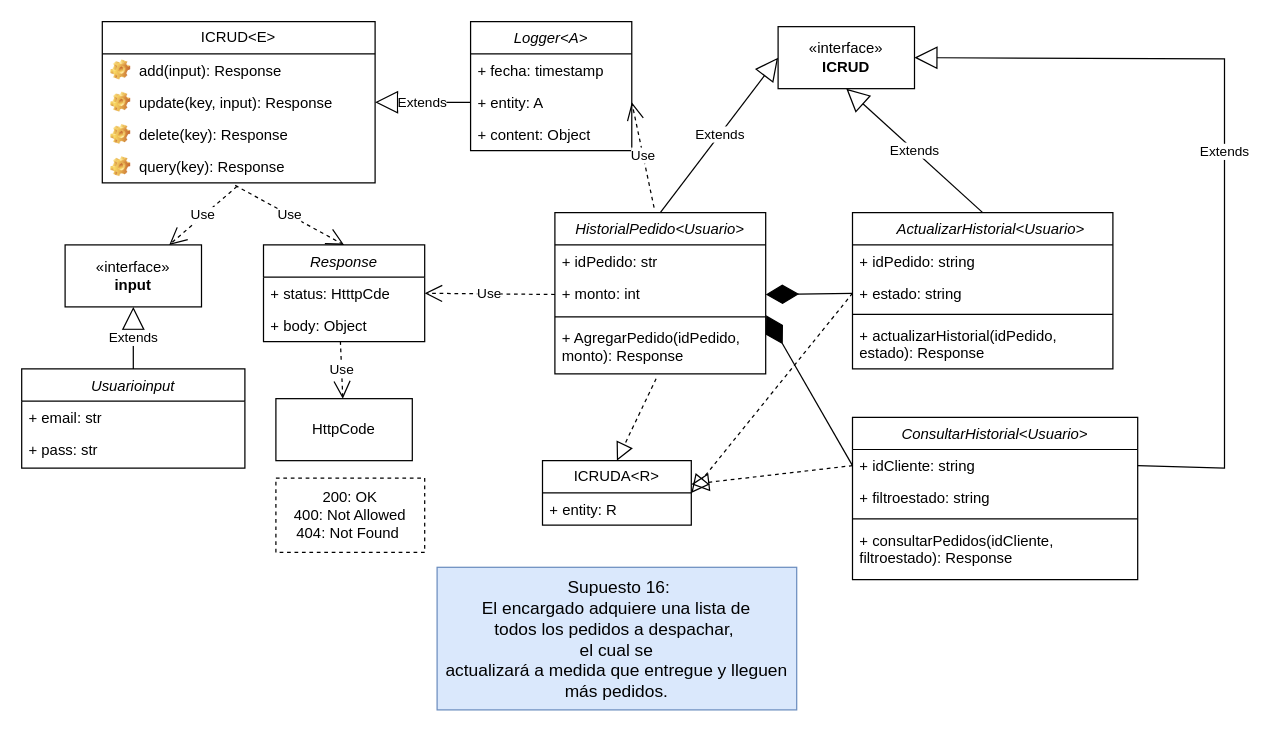
Earlier version of the draw.io diagram Front-End_Sprint/Diagrama Supuesto16.drawio (Giggin-html/dwm4). Source tidied: cells renumbered, new cells numbered last; positions are measured from the earlier drawing's top-left corner, leaving out a move shared by most shapes. Both pictures are drawn from the tidied source at 124%, with x=0, y=0 at pixel (21, 21).
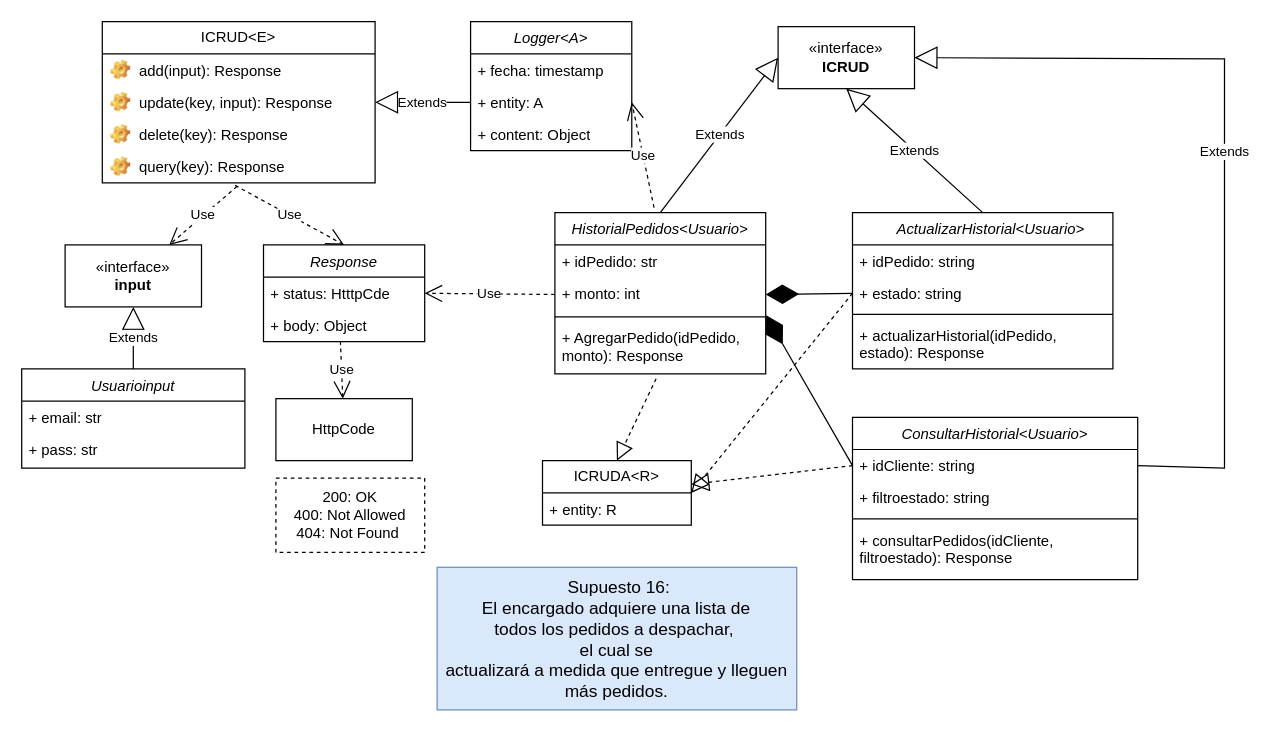
The same page after the edit.

What changed in the source:
```diff
@@
-    <mxCell id="42" value="HistorialPedido&lt;Usuario&gt;" style="swimlane;fontStyle=2;align=center;verticalAlign=top;horizontal=1;startSize=26;rounded=0;shadow=0;strokeWidth=1;" parent="1" vertex="1">
+    <mxCell id="42" value="HistorialPedidos&lt;Usuario&gt;" style="swimlane;fontStyle=2;align=center;verticalAlign=top;horizontal=1;startSize=26;rounded=0;shadow=0;strokeWidth=1;" parent="1" vertex="1">
       <mxGeometry x="430" y="154" width="170" height="130" as="geometry" />
     </mxCell>
```
